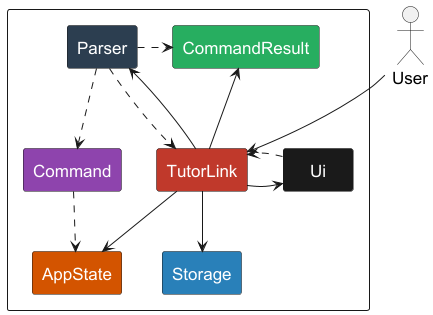
yeekian/tp keeps this PlantUML diagram as docs/diagrams/Architecture.png. Above is the earlier version.
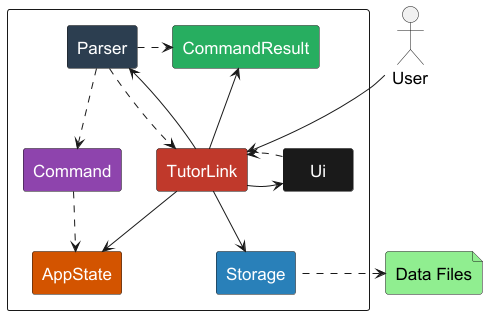
Above is the later version.

Commit message:
Update architecture diagram

Change to the diagram source:
```diff
@@ -29,4 +29,7 @@
 TutorLink -down-> Storage
 Parser.>CommandResult
 
+file "Data Files" as DataFiles #lightgreen
+DataFiles <.right. Storage
+
 @enduml
```
